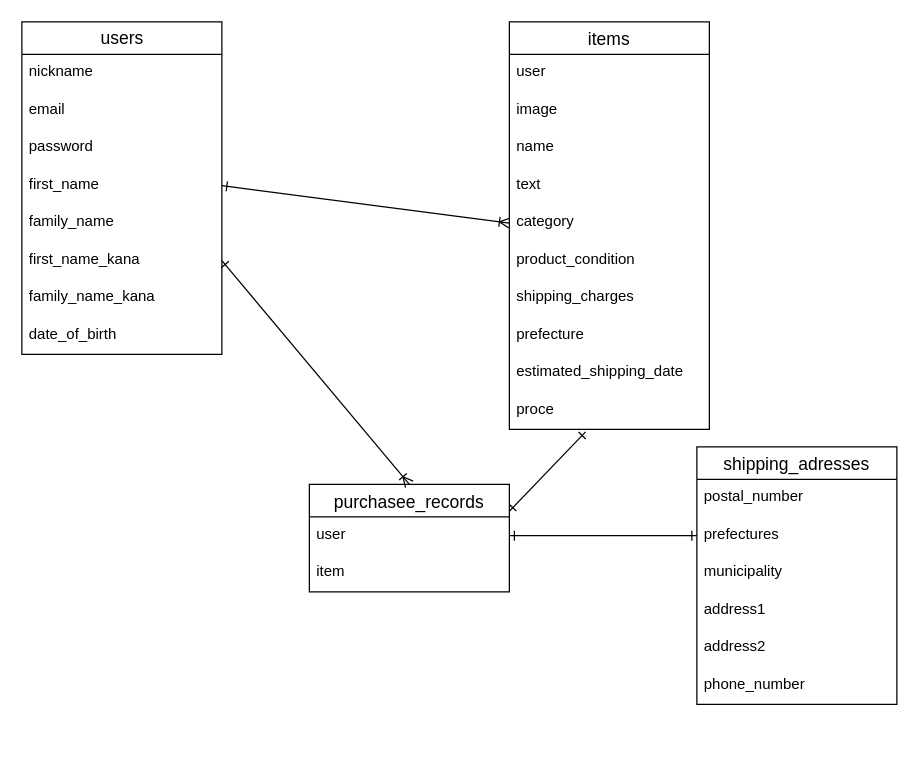
This is ER.dio from birthchamu/furima-35216, a draw.io file, before an edit. Source tidied: cells renumbered, new cells numbered last; positions are measured from the earlier drawing's top-left corner, leaving out a move shared by most shapes. Both pictures are drawn from the tidied source at 125%, with x=0, y=0 at pixel (21, 21).
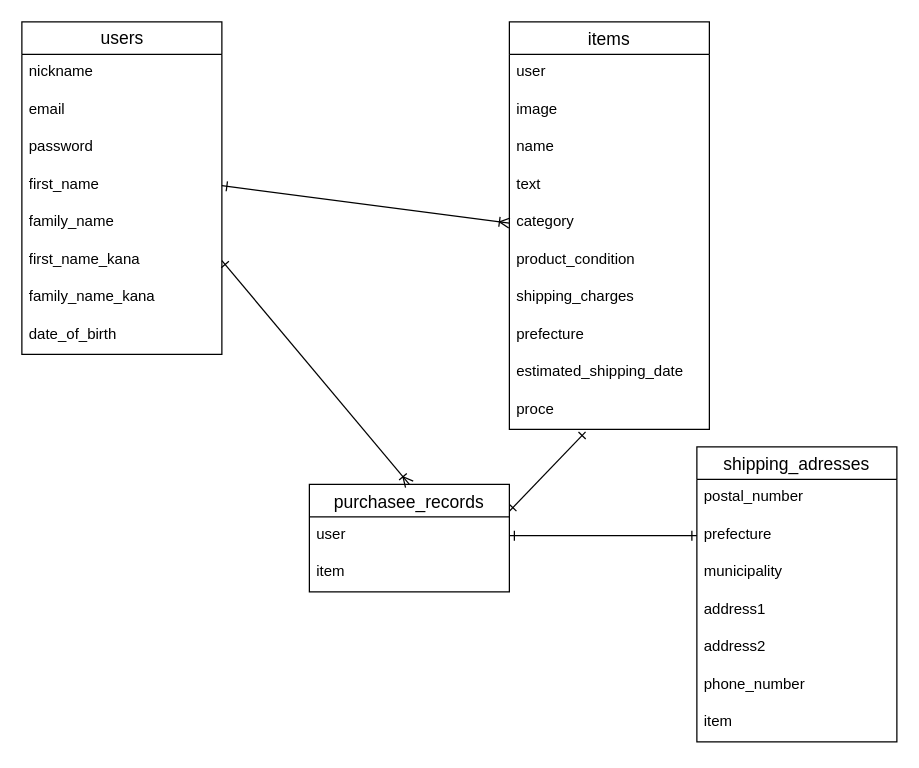
The same diagram, later.

Change to the diagram source:
```diff
@@
     <mxCell id="26" value="shipping_adresses" style="swimlane;fontStyle=0;horizontal=1;startSize=26;align=center;fontSize=14;" parent="1" vertex="1">
-      <mxGeometry x="540" y="340" width="160" height="206" as="geometry" />
+      <mxGeometry x="540" y="340" width="160" height="236" as="geometry" />
     </mxCell>
@@
-    <mxCell id="28" value="prefectures" style="text;strokeColor=none;fillColor=none;spacingLeft=4;spacingRight=4;overflow=hidden;points=[[0,0.5],[1,0.5]];portConstraint=eastwest;fontSize=12;" parent="26" vertex="1">
+    <mxCell id="28" value="prefecture" style="text;strokeColor=none;fillColor=none;spacingLeft=4;spacingRight=4;overflow=hidden;points=[[0,0.5],[1,0.5]];portConstraint=eastwest;fontSize=12;" parent="26" vertex="1">
       <mxGeometry y="56" width="160" height="30" as="geometry" />
     </mxCell>
@@
+    <mxCell id="36" value="item" style="text;strokeColor=none;fillColor=none;spacingLeft=4;spacingRight=4;overflow=hidden;fontSize=12;" parent="26" vertex="1">
+      <mxGeometry y="206" width="160" height="30" as="geometry" />
+    </mxCell>
```
